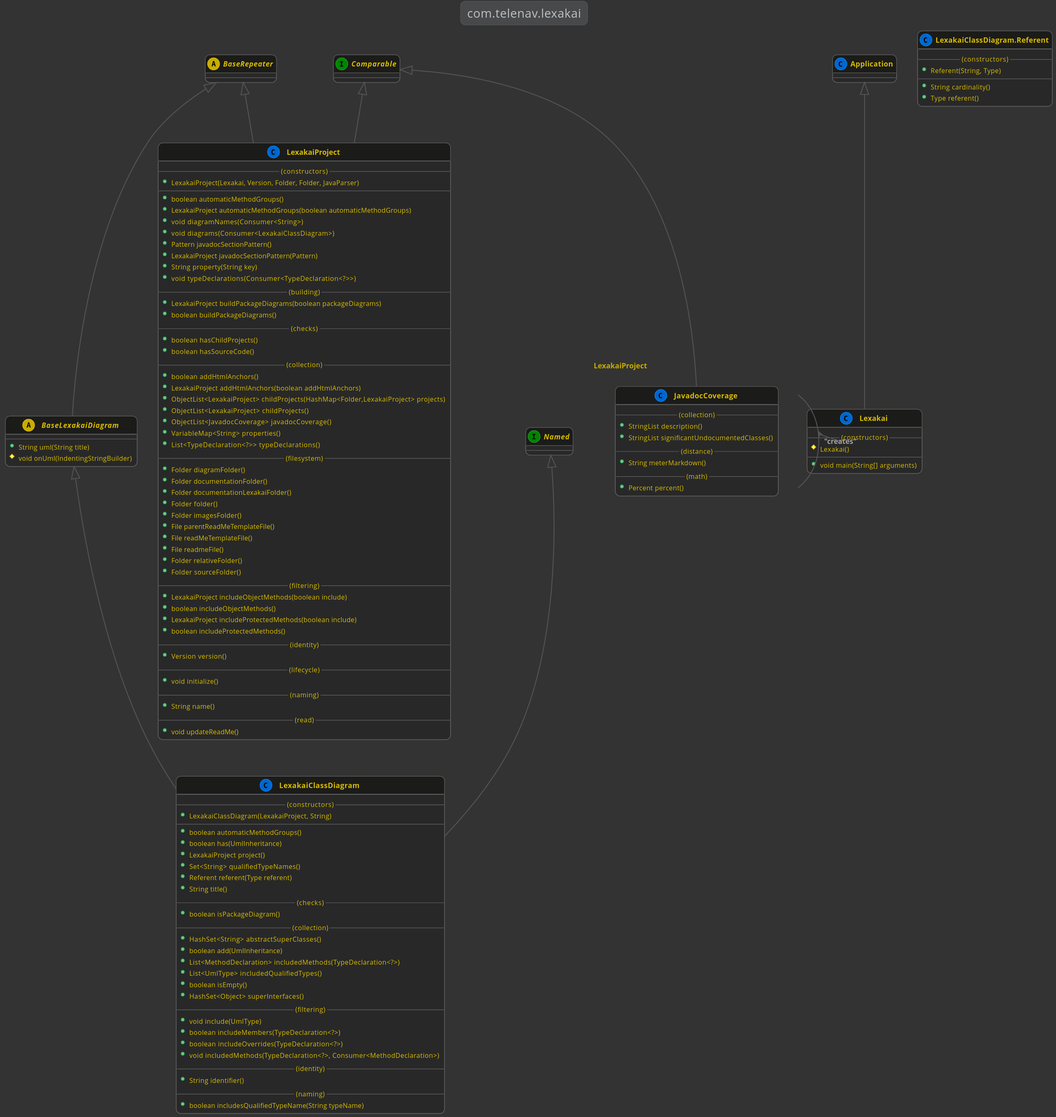
Before: documentation/diagrams/com.telenav.lexakai.svg, a diagram exported from PlantUML (Telenav/lexakai).
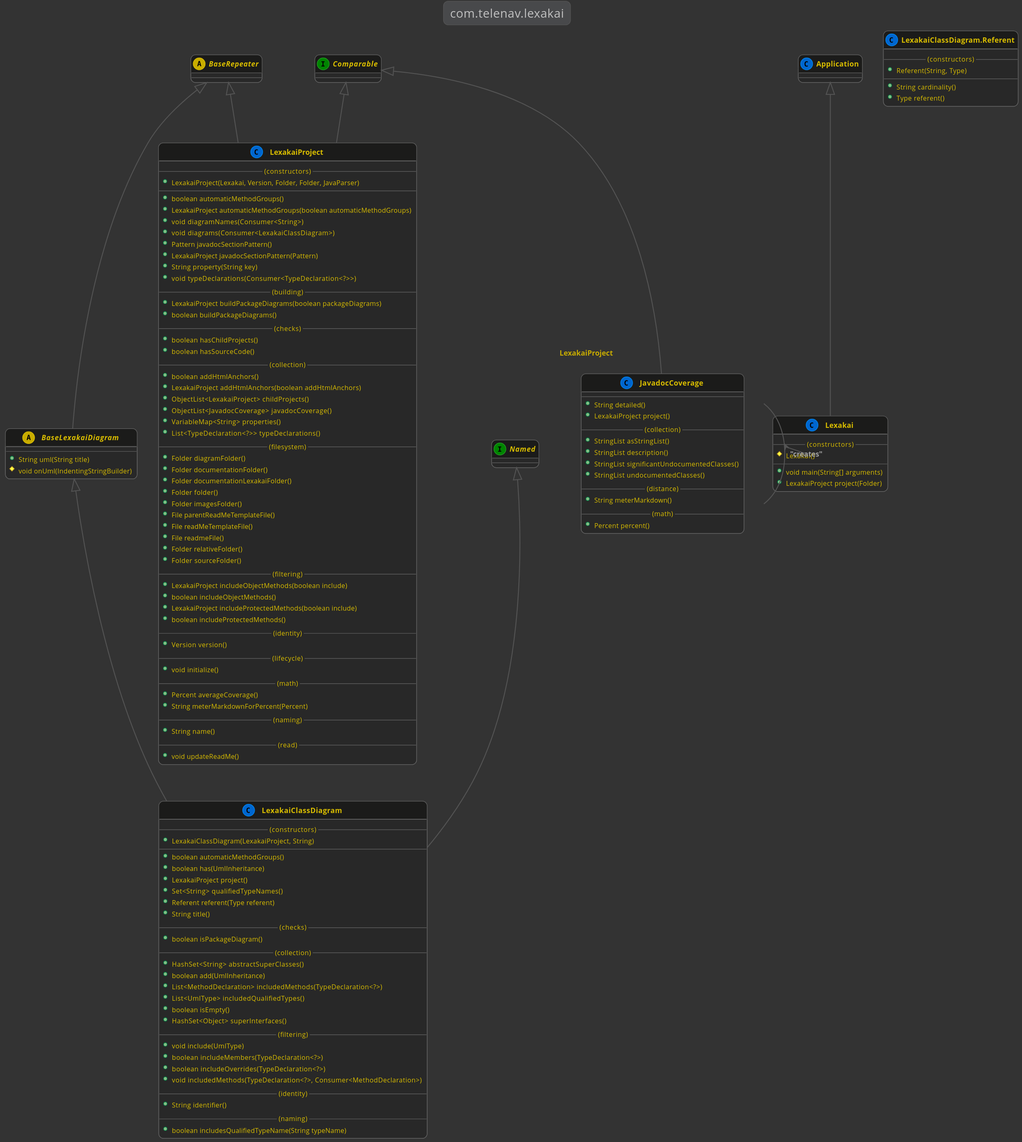
The same file after the commit.

What changed in the source:
```diff
@@ -21,9 +21,14 @@
     Comparable <|-- LexakaiProject.JavadocCoverage
     class LexakaiProject.JavadocCoverage
     {
+        --
+        +String detailed()
+        +LexakaiProject project()
         --(collection)--
+        +StringList asStringList()
         +StringList description()
         +StringList significantUndocumentedClasses()
+        +StringList undocumentedClasses()
         --(distance)--
         +String meterMarkdown()
         --(math)--
@@ -37,6 +42,7 @@
         #Lexakai()
         --
         +void main(String[] arguments)
+        +LexakaiProject project(Folder)
     }
 
     BaseLexakaiDiagram <|-- LexakaiClassDiagram
@@ -97,7 +103,6 @@
         --(collection)--
         +boolean addHtmlAnchors()
         +LexakaiProject addHtmlAnchors(boolean addHtmlAnchors)
-        +ObjectList<LexakaiProject> childProjects(HashMap<Folder,LexakaiProject> projects)
         +ObjectList<LexakaiProject> childProjects()
         +ObjectList<JavadocCoverage> javadocCoverage()
         +VariableMap<String> properties()
@@ -122,6 +127,9 @@
         +Version version()
         --(lifecycle)--
         +void initialize()
+        --(math)--
+        +Percent averageCoverage()
+        +String meterMarkdownForPercent(Percent)
         --(naming)--
         +String name()
         --(read)--
```
